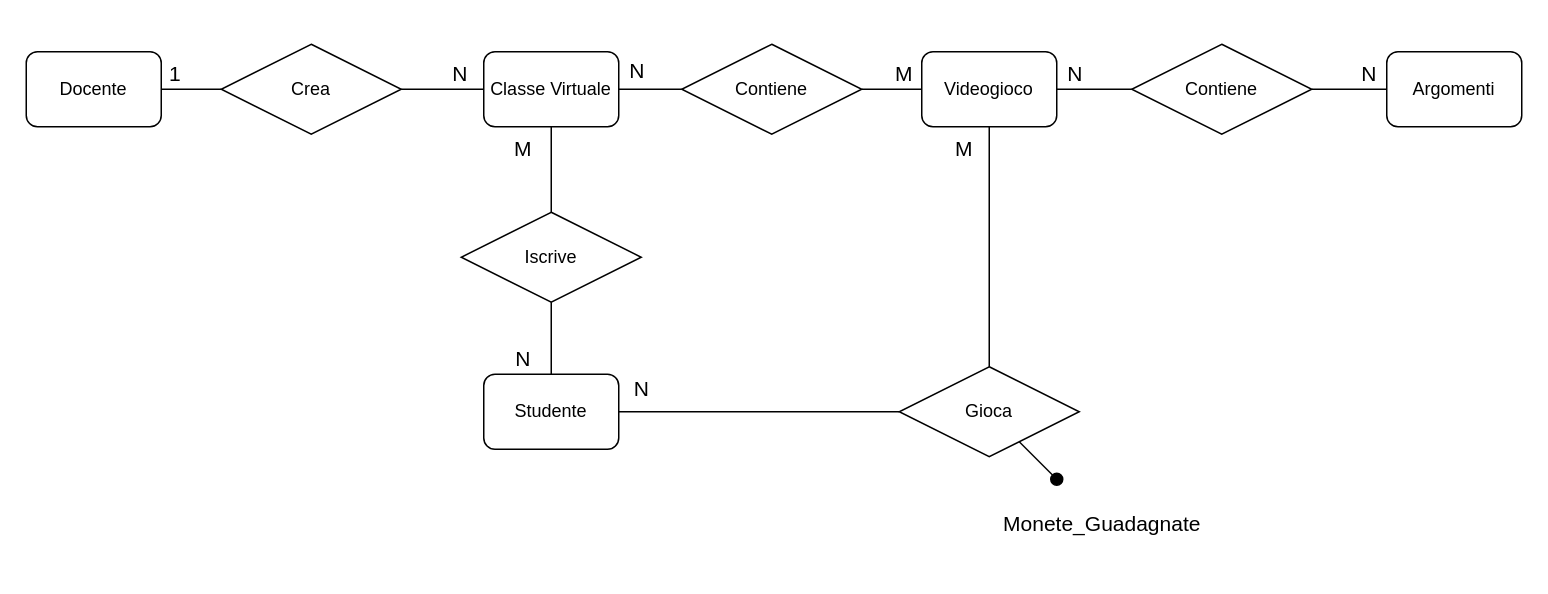
Earlier version of the draw.io diagram ER.drawio (Smatjoy/Seconda-prova-Info-2023). Source tidied: cells renumbered, new cells numbered last; positions are measured from the earlier drawing's top-left corner, leaving out a move shared by most shapes. Both pictures are drawn from the tidied source at 150%, with x=0, y=0 at pixel (26, 26).
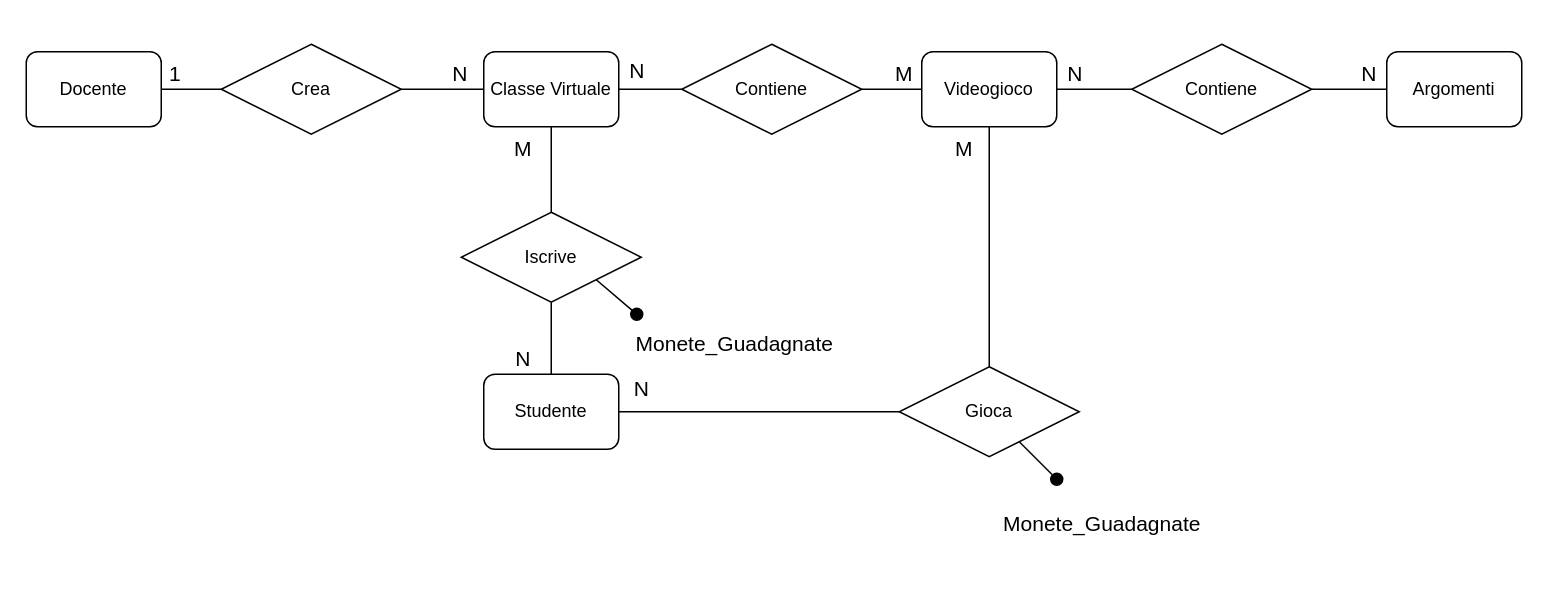
The same page after the edit.

Unchanged cells that the change refers to:
```xml
<mxCell id="18" value="Iscrive" style="shape=rhombus;perimeter=rhombusPerimeter;whiteSpace=wrap;html=1;align=center;" parent="1" vertex="1">
  <mxGeometry x="290" y="124" width="120" height="60" as="geometry" />
</mxCell>
```

Change to the diagram source:
```diff
@@
+    <mxCell id="34" style="edgeStyle=none;curved=1;rounded=0;jettySize=auto;html=1;fontSize=12;startSize=8;endSize=8;endArrow=oval;endFill=1;exitX=1;exitY=1;exitDx=0;exitDy=0;" parent="1" edge="1" source="18">
+      <mxGeometry relative="1" as="geometry">
+        <mxPoint x="407" y="192" as="targetPoint" />
+      </mxGeometry>
+    </mxCell>
+    <mxCell id="35" value="&lt;p style=&quot;line-height: 120%; font-size: 14px;&quot;&gt;&lt;font style=&quot;font-size: 14px;&quot;&gt;Monete_Guadagnate&lt;/font&gt;&lt;/p&gt;" style="text;html=1;align=center;verticalAlign=middle;strokeColor=none;fillColor=none;fontSize=14;" parent="1" vertex="1">
+      <mxGeometry x="392" y="182" width="160" height="60" as="geometry" />
+    </mxCell>
```
